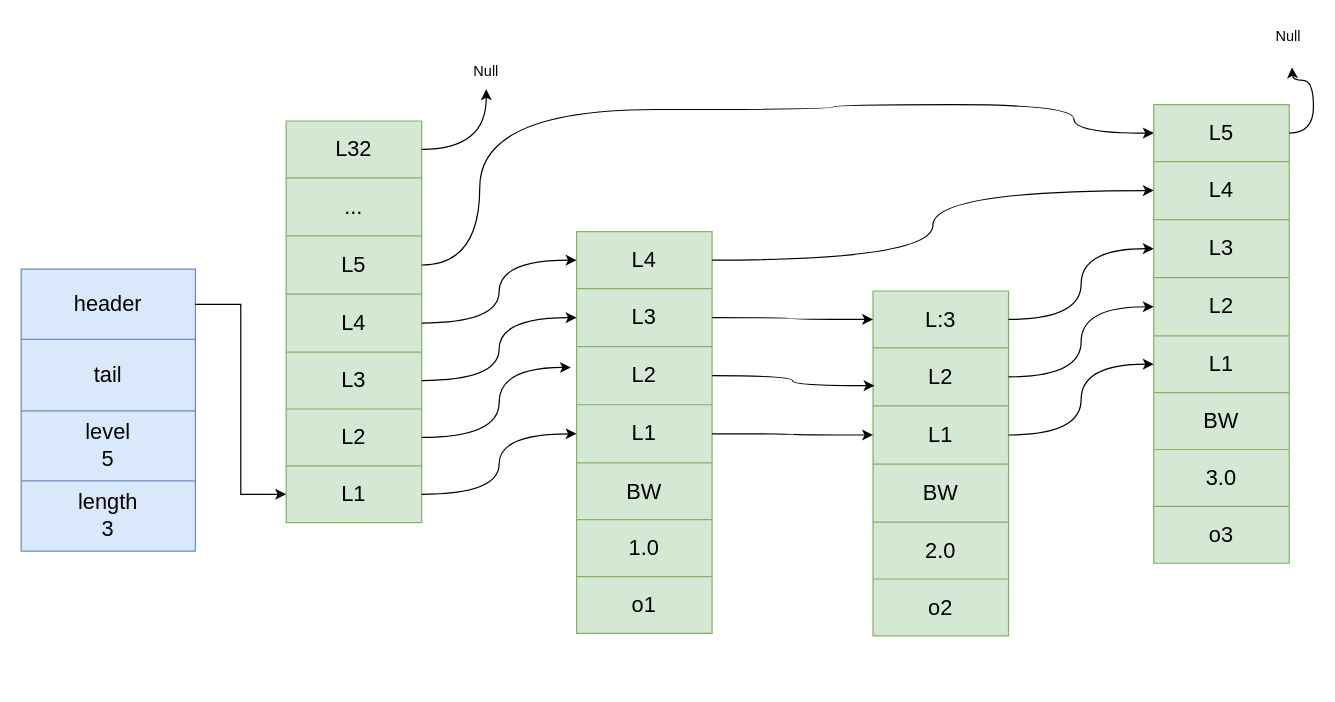
This is page "第5章 跳表" (4 of 4) of Redis设计与实现.drawio from HoShum/drawio, a draw.io file, before an edit. Source tidied: cells renumbered, new cells numbered last; positions are measured from the earlier drawing's top-left corner, leaving out a move shared by most shapes. Both pictures are drawn from the tidied source at 121%, with x=0, y=0 at pixel (21, 21).
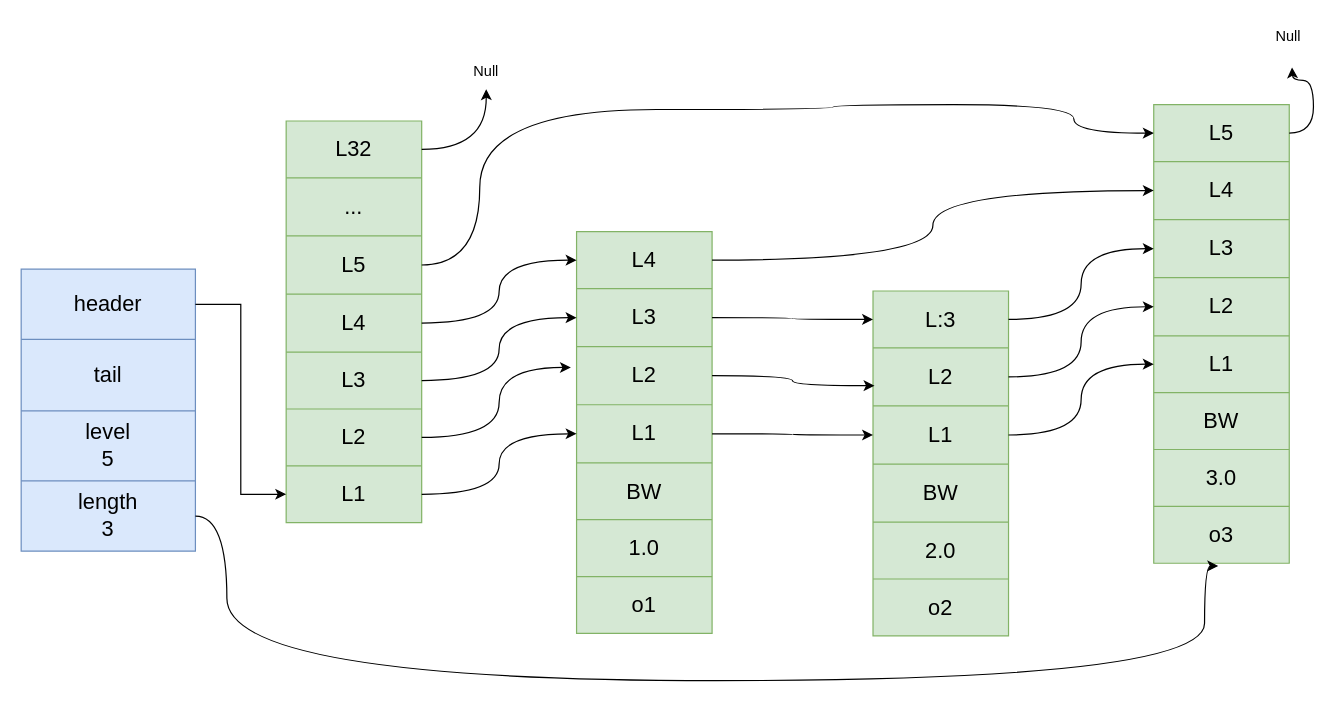
The same diagram, later.

Commit message:
更新Redis设计与实现.drawio

Unchanged cells that the change refers to:
```xml
<mxCell id="9" style="shape=tableRow;horizontal=0;startSize=0;swimlaneHead=0;swimlaneBody=0;strokeColor=inherit;top=0;left=0;bottom=0;right=0;fillColor=none;points=[[0,0.5],[1,0.5]];portConstraint=eastwest;fontSize=18;" parent="2" vertex="1">
  <mxGeometry y="175" width="144" height="58" as="geometry" />
</mxCell>
<mxCell id="69" style="shape=tableRow;horizontal=0;startSize=0;swimlaneHead=0;swimlaneBody=0;strokeColor=inherit;top=0;left=0;bottom=0;right=0;fillColor=none;points=[[0,0.5],[1,0.5]];portConstraint=eastwest;fontSize=18;" parent="54" vertex="1">
  <mxGeometry y="332" width="112" height="47" as="geometry" />
</mxCell>
```

What changed in the source:
```diff
@@
+    <mxCell id="88" style="edgeStyle=orthogonalEdgeStyle;rounded=0;jettySize=auto;html=1;exitX=1;exitY=0.5;exitDx=0;exitDy=0;entryX=0.476;entryY=1.046;entryDx=0;entryDy=0;entryPerimeter=0;curved=1;" parent="1" edge="1" source="9" target="69">
+      <mxGeometry relative="1" as="geometry">
+        <Array as="points">
+          <mxPoint x="170" y="409" />
+          <mxPoint x="170" y="545" />
+          <mxPoint x="978" y="545" />
+          <mxPoint x="978" y="450" />
+        </Array>
+      </mxGeometry>
+    </mxCell>
```
